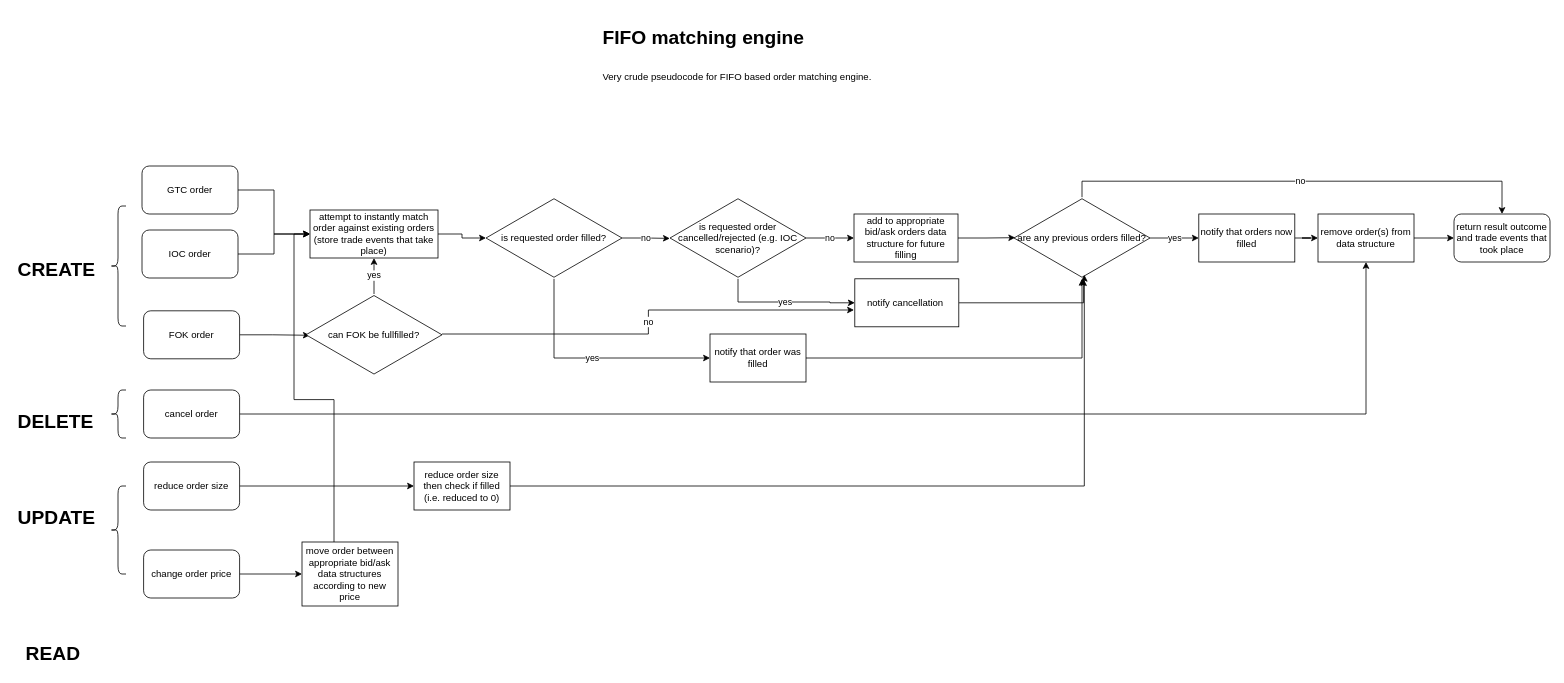
Earlier version of the draw.io diagram architecture/matchmaker/matching_algorithm_outline.drawio (kevm314/cpp-exchange). Source tidied: cells renumbered, new cells numbered last; positions are measured from the earlier drawing's top-left corner, leaving out a move shared by most shapes. Both pictures are drawn from the tidied source at 80%, with x=0, y=0 at pixel (14, 22).
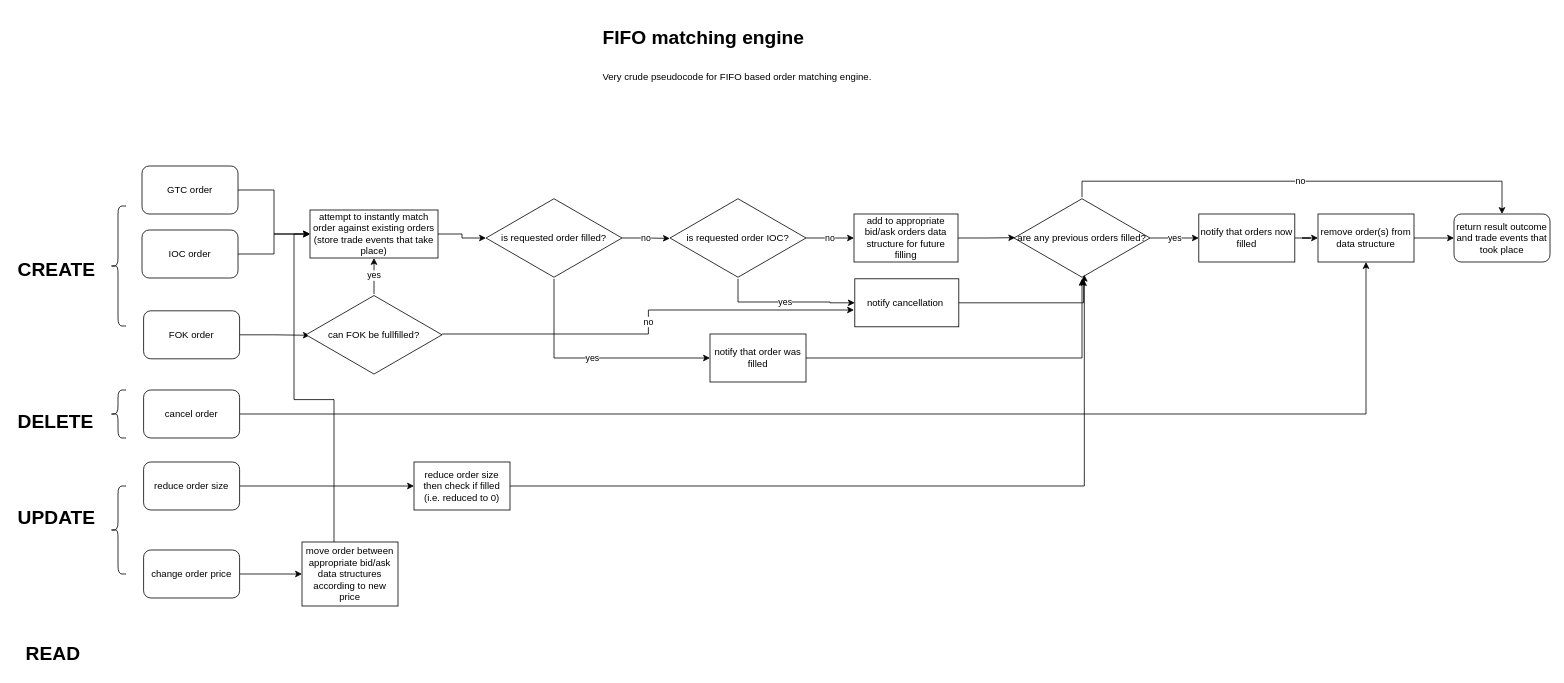
After the change.

Commit message (it also covers changes not shown here):
Set up GTC order method as well as orderbook order tracking, process bucket removal, add testing

Change to the diagram source:
```diff
@@
-    <mxCell id="25" value="is requested order cancelled/rejected (e.g. IOC scenario)?" style="html=1;whiteSpace=wrap;shape=isoRectangle;" parent="1" vertex="1">
+    <mxCell id="25" value="is requested order IOC?" style="html=1;whiteSpace=wrap;shape=isoRectangle;" parent="1" vertex="1">
       <mxGeometry x="820" y="219" width="170" height="102" as="geometry" />
     </mxCell>
```
